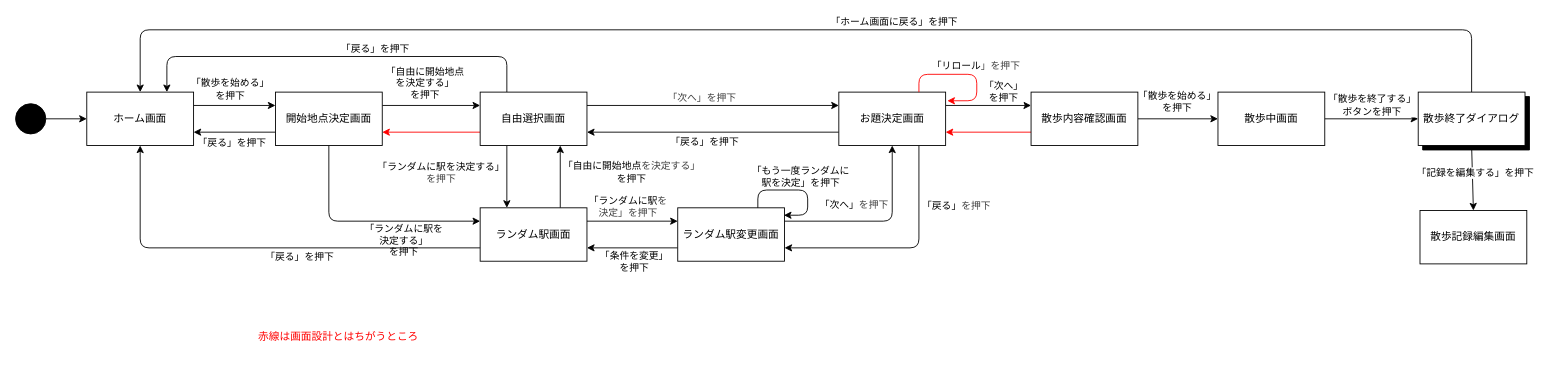
This is page "散歩" (2 of 5) of desing/STD.dio from miyong00/ServerProgramming-2026, a draw.io file, before an edit. Source tidied: cells renumbered, new cells numbered last; positions are measured from the earlier drawing's top-left corner, leaving out a move shared by most shapes. Both pictures are drawn from the tidied source at 89%, with x=0, y=0 at pixel (15, 29).
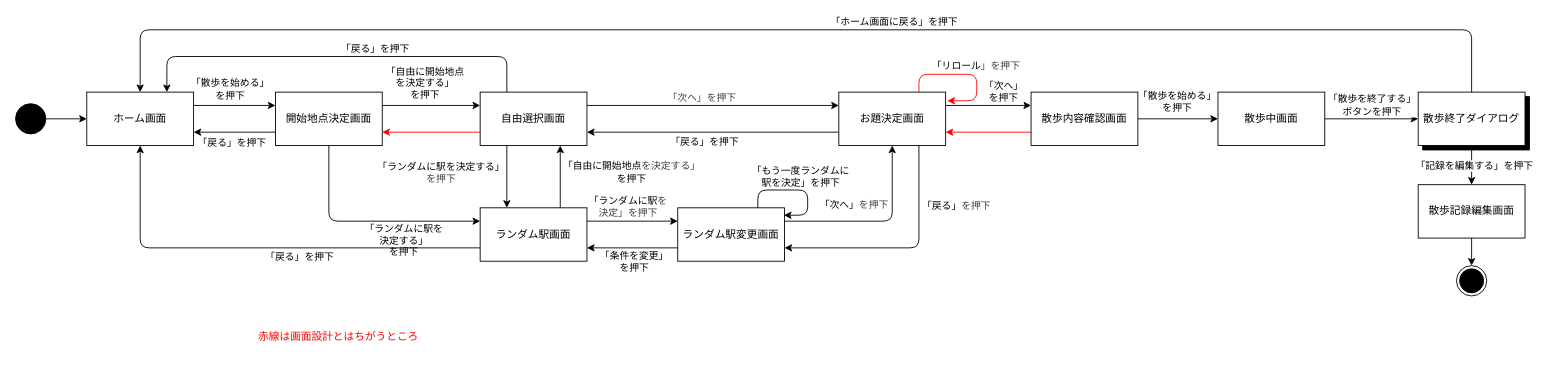
Above is the later version.

Unchanged cells that the change refers to:
```xml
<mxCell id="52" style="edgeStyle=none;html=1;exitX=0.5;exitY=1;exitDx=0;exitDy=0;entryX=0.5;entryY=0;entryDx=0;entryDy=0;" parent="1" edge="1" source="58" target="54">
  <mxGeometry relative="1" as="geometry" />
</mxCell>
```

The edit, as a diff of the source:
```diff
@@
     <mxCell id="53" value="「記録を編集する」を押下" style="edgeLabel;html=1;align=center;verticalAlign=middle;" parent="52" vertex="1">
-      <mxGeometry x="0.01" y="2" relative="1" as="geometry">
-        <mxPoint y="-6" as="offset" />
-      </mxGeometry>
+      <mxGeometry x="0.01" y="2" relative="1" as="geometry" />
     </mxCell>
+    <mxCell id="61" style="edgeStyle=none;html=1;exitX=0.5;exitY=1;exitDx=0;exitDy=0;entryX=0.5;entryY=0;entryDx=0;entryDy=0;" parent="1" edge="1" source="54" target="63">
+      <mxGeometry relative="1" as="geometry" />
+    </mxCell>
     <mxCell id="54" value="散歩記録編集画面" style="rounded=0;whiteSpace=wrap;html=1;" parent="1" vertex="1">
-      <mxGeometry x="1578" y="203" width="120" height="60" as="geometry" />
+      <mxGeometry x="1576" y="174" width="120" height="60" as="geometry" />
     </mxCell>
@@
+    <mxCell id="62" style="group;" parent="1" vertex="1">
+      <mxGeometry x="1619" y="265" width="34" height="34" as="geometry" />
+    </mxCell>
+    <mxCell id="63" style="ellipse;whiteSpace=wrap;html=1;shapeInside=1;" parent="62" vertex="1">
+      <mxGeometry width="34" height="34" as="geometry" />
+    </mxCell>
+    <mxCell id="64" style="ellipse;whiteSpace=wrap;html=1;shapeInside=1;fillColor=#000000;fontSize=12;" parent="62" vertex="1">
+      <mxGeometry x="3.5" y="3.5" width="27" height="27" as="geometry" />
+    </mxCell>
```
